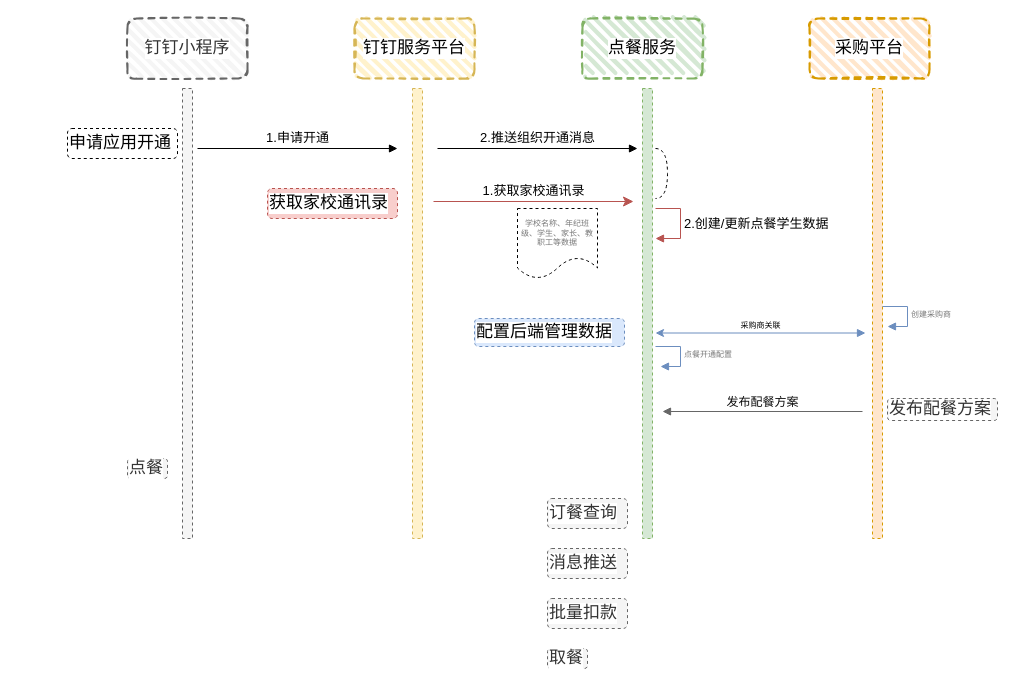
The draw.io diagram Untitled Diagram.drawio in mylovage/GolemQ, before the edit. Source tidied: cells renumbered, new cells numbered last; positions are measured from the earlier drawing's top-left corner, leaving out a move shared by most shapes. Both pictures are drawn from the tidied source at 100%, with x=0, y=0 at pixel (67, 18).
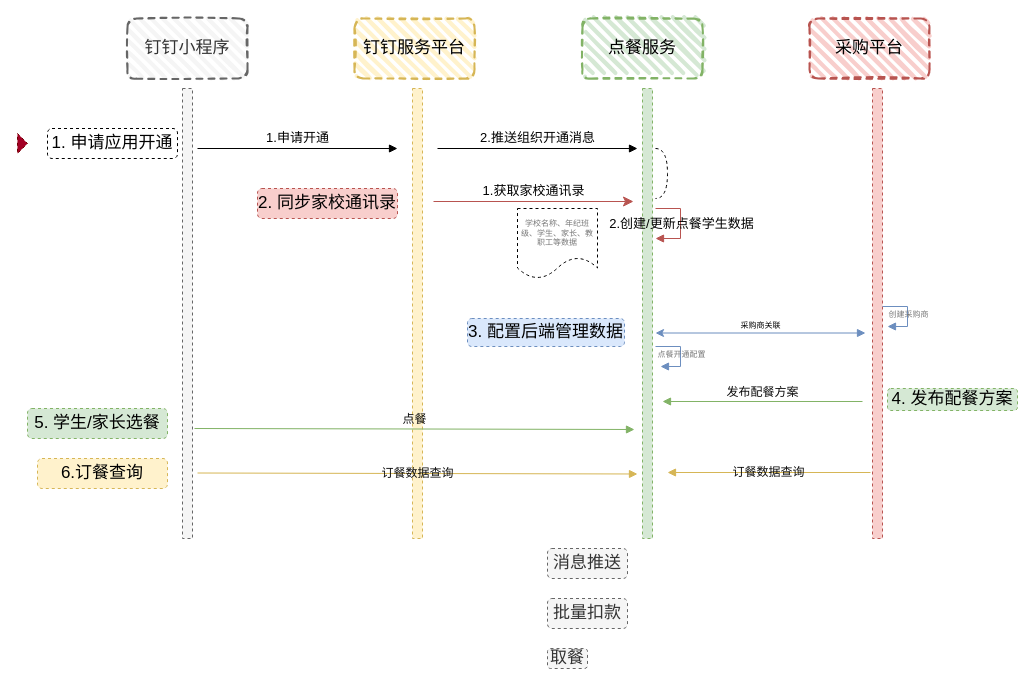
The same diagram, later.

What changed in the source:
```diff
@@
-    <mxCell id="2" value="发布配餐方案" style="rounded=1;whiteSpace=wrap;html=1;dashed=1;labelBackgroundColor=#ffffff;fontSize=17;fillColor=#f5f5f5;strokeColor=#666666;align=left;fontColor=#333333;" parent="1" vertex="1">
-      <mxGeometry x="820" y="380" width="110" height="22" as="geometry" />
+    <mxCell id="2" value="4. 发布配餐方案" style="rounded=1;whiteSpace=wrap;html=1;dashed=1;labelBackgroundColor=none;fontSize=17;fillColor=#d5e8d4;strokeColor=#82b366;align=center;" parent="1" vertex="1">
+      <mxGeometry x="820" y="370" width="130" height="22" as="geometry" />
     </mxCell>
-    <mxCell id="3" value="申请应用开通" style="rounded=1;whiteSpace=wrap;html=1;dashed=1;labelBackgroundColor=#ffffff;fontSize=17;align=left;" parent="1" vertex="1">
-      <mxGeometry y="110" width="110" height="30" as="geometry" />
+    <mxCell id="3" value="1. 申请应用开通" style="rounded=1;whiteSpace=wrap;html=1;dashed=1;labelBackgroundColor=none;fontSize=17;align=center;" parent="1" vertex="1">
+      <mxGeometry x="-20" y="110" width="130" height="30" as="geometry" />
     </mxCell>
-    <mxCell id="4" value="获取家校通讯录" style="rounded=1;whiteSpace=wrap;html=1;dashed=1;labelBackgroundColor=#ffffff;fontSize=17;fillColor=#f8cecc;strokeColor=#B85450;align=left;" parent="1" vertex="1">
-      <mxGeometry x="200" y="170" width="130" height="30" as="geometry" />
+    <mxCell id="4" value="2.&amp;nbsp;同步家校通讯录" style="rounded=1;whiteSpace=wrap;html=1;dashed=1;labelBackgroundColor=none;fontSize=17;fillColor=#f8cecc;strokeColor=#B85450;align=center;" parent="1" vertex="1">
+      <mxGeometry x="190" y="170" width="140" height="30" as="geometry" />
     </mxCell>
-    <mxCell id="5" value="配置后端管理数据" style="rounded=1;whiteSpace=wrap;html=1;dashed=1;labelBackgroundColor=#ffffff;fontSize=17;fillColor=#dae8fc;strokeColor=#6C8EBF;align=left;" parent="1" vertex="1">
-      <mxGeometry x="407" y="300" width="150" height="28" as="geometry" />
+    <mxCell id="5" value="3. 配置后端管理数据" style="rounded=1;whiteSpace=wrap;html=1;dashed=1;labelBackgroundColor=none;fontSize=17;fillColor=#dae8fc;strokeColor=#6C8EBF;align=center;" parent="1" vertex="1">
+      <mxGeometry x="400" y="300" width="157" height="28" as="geometry" />
     </mxCell>
-    <mxCell id="6" style="html=1;perimeter=orthogonalPerimeter;dashed=1;fillColor=#f5f5f5;strokeColor=#666666;fontColor=#333333;" parent="1" vertex="1">
+    <mxCell id="6" style="html=1;perimeter=orthogonalPerimeter;dashed=1;fillColor=#f5f5f5;strokeColor=#666666;fontColor=#333333;align=center;labelBackgroundColor=none;" parent="1" vertex="1">
       <mxGeometry x="115" y="70" width="10" height="450" as="geometry" />
     </mxCell>
-    <mxCell id="7" value="钉钉小程序" style="rounded=1;whiteSpace=wrap;html=1;strokeWidth=2;fillWeight=4;hachureGap=8;hachureAngle=45;fillColor=#f5f5f5;sketch=1;dashed=1;labelBackgroundColor=#ffffff;fontSize=17;strokeColor=#666666;fontColor=#333333;" parent="1" vertex="1">
+    <mxCell id="7" value="钉钉小程序" style="rounded=1;whiteSpace=wrap;html=1;strokeWidth=2;fillWeight=4;hachureGap=8;hachureAngle=45;fillColor=#f5f5f5;sketch=1;dashed=1;labelBackgroundColor=none;fontSize=17;strokeColor=#666666;fontColor=#333333;" parent="1" vertex="1">
       <mxGeometry x="60" width="120" height="60" as="geometry" />
     </mxCell>
-    <mxCell id="8" value="钉钉服务平台" style="rounded=1;whiteSpace=wrap;html=1;strokeWidth=2;fillWeight=4;hachureGap=8;hachureAngle=45;fillColor=#fff2cc;sketch=1;dashed=1;labelBackgroundColor=#ffffff;fontSize=17;strokeColor=#d6b656;" parent="1" vertex="1">
+    <mxCell id="8" value="钉钉服务平台" style="rounded=1;whiteSpace=wrap;html=1;strokeWidth=2;fillWeight=4;hachureGap=8;hachureAngle=45;fillColor=#fff2cc;sketch=1;dashed=1;labelBackgroundColor=none;fontSize=17;strokeColor=#d6b656;" parent="1" vertex="1">
       <mxGeometry x="287" width="120" height="60" as="geometry" />
     </mxCell>
-    <mxCell id="9" value="点餐服务" style="rounded=1;whiteSpace=wrap;html=1;strokeWidth=2;fillWeight=4;hachureGap=8;hachureAngle=45;fillColor=#d5e8d4;sketch=1;dashed=1;labelBackgroundColor=#ffffff;fontSize=17;strokeColor=#82b366;" parent="1" vertex="1">
+    <mxCell id="9" value="点餐服务" style="rounded=1;whiteSpace=wrap;html=1;strokeWidth=2;fillWeight=4;hachureGap=8;hachureAngle=45;fillColor=#d5e8d4;sketch=1;dashed=1;labelBackgroundColor=none;fontSize=17;strokeColor=#82b366;" parent="1" vertex="1">
       <mxGeometry x="515" width="120" height="60" as="geometry" />
     </mxCell>
-    <mxCell id="10" value="采购平台" style="rounded=1;whiteSpace=wrap;html=1;strokeWidth=2;fillWeight=4;hachureGap=8;hachureAngle=45;fillColor=#ffe6cc;sketch=1;dashed=1;labelBackgroundColor=#ffffff;fontSize=17;strokeColor=#d79b00;" parent="1" vertex="1">
+    <mxCell id="10" value="采购平台" style="rounded=1;whiteSpace=wrap;html=1;strokeWidth=2;fillWeight=4;hachureGap=8;hachureAngle=45;fillColor=#f8cecc;sketch=1;dashed=1;labelBackgroundColor=none;fontSize=17;strokeColor=#b85450;" parent="1" vertex="1">
       <mxGeometry x="742" width="120" height="60" as="geometry" />
     </mxCell>
-    <mxCell id="11" style="html=1;perimeter=orthogonalPerimeter;dashed=1;fillColor=#fff2cc;strokeColor=#d6b656;" parent="1" vertex="1">
+    <mxCell id="11" style="html=1;perimeter=orthogonalPerimeter;dashed=1;fillColor=#fff2cc;strokeColor=#d6b656;align=center;labelBackgroundColor=none;" parent="1" vertex="1">
       <mxGeometry x="345" y="70" width="10" height="450" as="geometry" />
     </mxCell>
-    <mxCell id="12" style="html=1;perimeter=orthogonalPerimeter;dashed=1;fillColor=#d5e8d4;strokeColor=#82b366;" parent="1" vertex="1">
+    <mxCell id="12" style="html=1;perimeter=orthogonalPerimeter;dashed=1;fillColor=#d5e8d4;strokeColor=#82b366;align=center;labelBackgroundColor=none;" parent="1" vertex="1">
       <mxGeometry x="575" y="70" width="10" height="450" as="geometry" />
     </mxCell>
-    <mxCell id="13" style="html=1;perimeter=orthogonalPerimeter;dashed=1;fillColor=#ffe6cc;strokeColor=#d79b00;" parent="1" vertex="1">
+    <mxCell id="13" style="html=1;perimeter=orthogonalPerimeter;dashed=1;fillColor=#f8cecc;strokeColor=#b85450;align=center;labelBackgroundColor=none;" parent="1" vertex="1">
       <mxGeometry x="805" y="70" width="10" height="450" as="geometry" />
     </mxCell>
-    <mxCell id="14" value="2.推送组织开通消息" style="html=1;verticalAlign=bottom;startArrow=none;startFill=0;endArrow=block;fontSize=13;" parent="1" edge="1">
+    <mxCell id="14" value="2.推送组织开通消息" style="html=1;verticalAlign=bottom;startArrow=none;startFill=0;endArrow=block;fontSize=13;align=center;labelBackgroundColor=none;" parent="1" edge="1">
       <mxGeometry relative="1" as="geometry">
         <mxPoint x="370" y="130" as="sourcePoint" />
         <mxPoint x="570" y="130" as="targetPoint" />
       </mxGeometry>
     </mxCell>
-    <mxCell id="15" value="1.获取家校通讯录" style="html=1;verticalAlign=bottom;startArrow=classic;startFill=1;endArrow=none;startSize=8;fontSize=13;endFill=0;fillColor=#f8cecc;strokeColor=#B85450;" parent="1" edge="1">
+    <mxCell id="15" value="1.获取家校通讯录" style="html=1;verticalAlign=bottom;startArrow=classic;startFill=1;endArrow=none;startSize=8;fontSize=13;endFill=0;fillColor=#f8cecc;strokeColor=#B85450;align=center;labelBackgroundColor=none;" parent="1" edge="1">
       <mxGeometry relative="1" as="geometry">
         <mxPoint x="566" y="183" as="sourcePoint" />
         <mxPoint x="366" y="183" as="targetPoint" />
       </mxGeometry>
     </mxCell>
-    <mxCell id="16" value="1.申请开通" style="html=1;verticalAlign=bottom;startArrow=none;startFill=0;endArrow=block;fontSize=13;" parent="1" edge="1">
+    <mxCell id="16" value="1.申请开通" style="html=1;verticalAlign=bottom;startArrow=none;startFill=0;endArrow=block;fontSize=13;align=center;labelBackgroundColor=none;" parent="1" edge="1">
       <mxGeometry relative="1" as="geometry">
         <mxPoint x="130" y="130" as="sourcePoint" />
         <mxPoint x="330" y="130" as="targetPoint" />
       </mxGeometry>
     </mxCell>
-    <mxCell id="17" style="shape=requiredInterface;html=1;verticalLabelPosition=bottom;dashed=1;labelBackgroundColor=#ffffff;fontSize=13;" parent="1" vertex="1">
+    <mxCell id="17" style="shape=requiredInterface;html=1;verticalLabelPosition=bottom;dashed=1;labelBackgroundColor=none;fontSize=13;align=center;" parent="1" vertex="1">
       <mxGeometry x="588" y="130" width="12" height="50" as="geometry" />
     </mxCell>
-    <mxCell id="18" value="2.创建/更新点餐学生数据" style="edgeStyle=orthogonalEdgeStyle;html=1;align=left;spacingLeft=2;endArrow=block;rounded=0;fontSize=13;fillColor=#f8cecc;strokeColor=#B85450;" parent="1" edge="1">
+    <mxCell id="18" value="2.创建/更新点餐学生数据" style="edgeStyle=orthogonalEdgeStyle;html=1;align=center;spacingLeft=2;endArrow=block;rounded=0;fontSize=13;fillColor=#f8cecc;strokeColor=#B85450;labelBackgroundColor=none;" parent="1" edge="1">
       <mxGeometry relative="1" as="geometry">
         <mxPoint x="588" y="190" as="sourcePoint" />
         <mxPoint x="588" y="220" as="targetPoint" />
         <Array as="points">
           <mxPoint x="613" y="190" />
         </Array>
       </mxGeometry>
     </mxCell>
-    <mxCell id="19" value="学校名称、年纪班级、学生、家长、教职工等数据" style="shape=document;whiteSpace=wrap;html=1;boundedLbl=1;dashed=1;labelBackgroundColor=#ffffff;fontSize=8;fontColor=#787878;" parent="1" vertex="1">
+    <mxCell id="19" value="学校名称、年纪班级、学生、家长、教职工等数据" style="shape=document;whiteSpace=wrap;html=1;boundedLbl=1;dashed=1;labelBackgroundColor=none;fontSize=8;fontColor=#787878;align=center;" parent="1" vertex="1">
       <mxGeometry x="450" y="190" width="80" height="70" as="geometry" />
     </mxCell>
-    <mxCell id="20" value="&lt;font color=&quot;#000000&quot;&gt;采购商关联&lt;/font&gt;" style="html=1;verticalAlign=bottom;endArrow=block;fontSize=8;fontColor=#787878;startArrow=classic;startFill=1;fillColor=#dae8fc;strokeColor=#6C8EBF;" parent="1" edge="1">
+    <mxCell id="20" value="&lt;font color=&quot;#000000&quot;&gt;采购商关联&lt;/font&gt;" style="html=1;verticalAlign=bottom;endArrow=block;fontSize=8;fontColor=#787878;startArrow=classic;startFill=1;fillColor=#dae8fc;strokeColor=#6C8EBF;align=center;labelBackgroundColor=none;" parent="1" edge="1">
       <mxGeometry relative="1" as="geometry">
         <mxPoint x="588" y="314.5" as="sourcePoint" />
         <mxPoint x="798" y="314.5" as="targetPoint" />
       </mxGeometry>
     </mxCell>
-    <mxCell id="21" value="创建采购商" style="edgeStyle=orthogonalEdgeStyle;html=1;align=left;spacingLeft=2;endArrow=block;rounded=0;entryX=1;entryY=0;strokeColor=#6C8EBF;fontSize=8;fontColor=#787878;" parent="1" edge="1">
+    <mxCell id="21" value="创建采购商" style="edgeStyle=orthogonalEdgeStyle;html=1;align=center;spacingLeft=2;endArrow=block;rounded=0;entryX=1;entryY=0;strokeColor=#6C8EBF;fontSize=8;fontColor=#787878;labelBackgroundColor=none;" parent="1" edge="1">
       <mxGeometry relative="1" as="geometry">
         <mxPoint x="815" y="288" as="sourcePoint" />
         <mxPoint x="820" y="308" as="targetPoint" />
         <Array as="points">
           <mxPoint x="840" y="288" />
         </Array>
       </mxGeometry>
     </mxCell>
-    <mxCell id="22" value="点餐开通配置" style="edgeStyle=orthogonalEdgeStyle;html=1;align=left;spacingLeft=2;endArrow=block;rounded=0;entryX=1;entryY=0;strokeColor=#6C8EBF;fontSize=8;fontColor=#787878;" parent="1" edge="1">
+    <mxCell id="22" value="点餐开通配置" style="edgeStyle=orthogonalEdgeStyle;html=1;align=center;spacingLeft=2;endArrow=block;rounded=0;entryX=1;entryY=0;strokeColor=#6C8EBF;fontSize=8;fontColor=#787878;labelBackgroundColor=none;" parent="1" edge="1">
       <mxGeometry relative="1" as="geometry">
         <mxPoint x="588" y="328" as="sourcePoint" />
         <mxPoint x="593" y="348" as="targetPoint" />
         <Array as="points">
           <mxPoint x="613" y="328" />
         </Array>
       </mxGeometry>
     </mxCell>
-    <mxCell id="23" value="发布配餐方案" style="html=1;verticalAlign=bottom;endArrow=block;strokeColor=#666666;fontSize=12;fontColor=#0D0D0D;fillColor=#f5f5f5;" parent="1" edge="1">
+    <mxCell id="23" value="发布配餐方案" style="html=1;verticalAlign=bottom;endArrow=block;strokeColor=#82b366;fontSize=12;fontColor=#0D0D0D;fillColor=#d5e8d4;align=center;labelBackgroundColor=none;" parent="1" edge="1">
       <mxGeometry relative="1" as="geometry">
-        <mxPoint x="795" y="393" as="sourcePoint" />
-        <mxPoint x="595" y="393" as="targetPoint" />
+        <mxPoint x="795" y="383" as="sourcePoint" />
+        <mxPoint x="595" y="383" as="targetPoint" />
       </mxGeometry>
     </mxCell>
-    <mxCell id="24" value="点餐" style="rounded=1;whiteSpace=wrap;html=1;dashed=1;labelBackgroundColor=#ffffff;fontSize=17;fillColor=#f5f5f5;strokeColor=#666666;align=left;fontColor=#333333;" parent="1" vertex="1">
-      <mxGeometry x="60" y="440" width="40" height="20" as="geometry" />
+    <mxCell id="24" value="5.&amp;nbsp;学生/家长选餐" style="rounded=1;whiteSpace=wrap;html=1;dashed=1;labelBackgroundColor=none;fontSize=17;fillColor=#d5e8d4;strokeColor=#82b366;align=center;" parent="1" vertex="1">
+      <mxGeometry x="-40" y="390" width="140" height="30" as="geometry" />
     </mxCell>
-    <mxCell id="25" value="订餐查询" style="rounded=1;whiteSpace=wrap;html=1;dashed=1;labelBackgroundColor=#ffffff;fontSize=17;fillColor=#f5f5f5;strokeColor=#666666;align=left;fontColor=#333333;" parent="1" vertex="1">
-      <mxGeometry x="480" y="480" width="80" height="30" as="geometry" />
+    <mxCell id="25" value="6.订餐查询" style="rounded=1;whiteSpace=wrap;html=1;dashed=1;labelBackgroundColor=none;fontSize=17;fillColor=#fff2cc;strokeColor=#d6b656;align=center;verticalAlign=middle;" parent="1" vertex="1">
+      <mxGeometry x="-30" y="440" width="130" height="30" as="geometry" />
     </mxCell>
-    <mxCell id="26" value="消息推送" style="rounded=1;whiteSpace=wrap;html=1;dashed=1;labelBackgroundColor=#ffffff;fontSize=17;fillColor=#f5f5f5;strokeColor=#666666;align=left;fontColor=#333333;" parent="1" vertex="1">
+    <mxCell id="26" value="消息推送" style="rounded=1;whiteSpace=wrap;html=1;dashed=1;labelBackgroundColor=none;fontSize=17;fillColor=#f5f5f5;strokeColor=#666666;align=center;fontColor=#333333;" parent="1" vertex="1">
       <mxGeometry x="480" y="530" width="80" height="30" as="geometry" />
     </mxCell>
-    <mxCell id="27" value="批量扣款" style="rounded=1;whiteSpace=wrap;html=1;dashed=1;labelBackgroundColor=#ffffff;fontSize=17;fillColor=#f5f5f5;strokeColor=#666666;align=left;fontColor=#333333;" parent="1" vertex="1">
+    <mxCell id="27" value="批量扣款" style="rounded=1;whiteSpace=wrap;html=1;dashed=1;labelBackgroundColor=none;fontSize=17;fillColor=#f5f5f5;strokeColor=#666666;align=center;fontColor=#333333;" parent="1" vertex="1">
       <mxGeometry x="480" y="580" width="80" height="30" as="geometry" />
     </mxCell>
-    <mxCell id="28" value="取餐" style="rounded=1;whiteSpace=wrap;html=1;dashed=1;labelBackgroundColor=#ffffff;fontSize=17;fillColor=#f5f5f5;strokeColor=#666666;align=left;fontColor=#333333;" parent="1" vertex="1">
+    <mxCell id="28" value="取餐" style="rounded=1;whiteSpace=wrap;html=1;dashed=1;labelBackgroundColor=none;fontSize=17;fillColor=#f5f5f5;strokeColor=#666666;align=center;fontColor=#333333;" parent="1" vertex="1">
       <mxGeometry x="480" y="630" width="40" height="20" as="geometry" />
     </mxCell>
+    <mxCell id="29" value="点餐" style="html=1;verticalAlign=bottom;endArrow=block;fontSize=12;fontColor=#0D0D0D;fillColor=#d5e8d4;strokeColor=#82b366;align=center;labelBackgroundColor=none;" parent="1" edge="1">
+      <mxGeometry relative="1" as="geometry">
+        <mxPoint x="127" y="410" as="sourcePoint" />
+        <mxPoint x="567" y="411" as="targetPoint" />
+      </mxGeometry>
+    </mxCell>
+    <mxCell id="30" value="订餐数据查询" style="html=1;verticalAlign=middle;endArrow=block;fontSize=12;fontColor=#0D0D0D;align=center;fillColor=#fff2cc;strokeColor=#d6b656;labelBackgroundColor=none;" parent="1" edge="1">
+      <mxGeometry relative="1" as="geometry">
+        <mxPoint x="130" y="454.5" as="sourcePoint" />
+        <mxPoint x="570" y="455.5" as="targetPoint" />
+      </mxGeometry>
+    </mxCell>
+    <mxCell id="31" value="订餐数据查询" style="html=1;verticalAlign=middle;endArrow=block;strokeColor=#d6b656;fontSize=12;fontColor=#0D0D0D;exitX=-0.2;exitY=0.851;exitDx=0;exitDy=0;exitPerimeter=0;align=center;fillColor=#fff2cc;labelBackgroundColor=none;" parent="1" edge="1">
+      <mxGeometry relative="1" as="geometry">
+        <mxPoint x="803" y="454" as="sourcePoint" />
+        <mxPoint x="600" y="454" as="targetPoint" />
+      </mxGeometry>
+    </mxCell>
+    <mxCell id="32" style="triangle;whiteSpace=wrap;html=1;dashed=1;labelBackgroundColor=none;strokeColor=#6F0000;fontSize=12;align=center;fillColor=#a20025;fontColor=#ffffff;" parent="1" vertex="1">
+      <mxGeometry x="-50" y="115" width="10" height="20" as="geometry" />
+    </mxCell>
```
